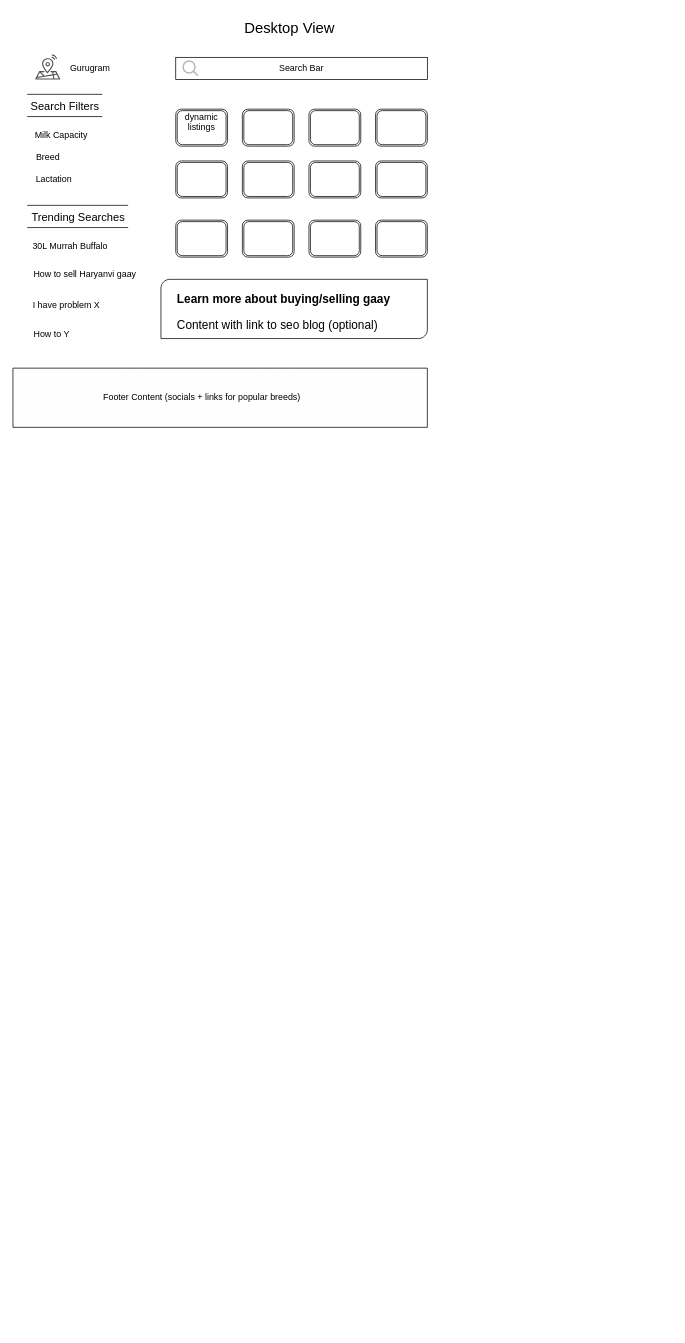
This is seo_search.drawio from souravendra/draw-io-casual, a draw.io file, before an edit. Source tidied: cells renumbered, new cells numbered last; positions are measured from the earlier drawing's top-left corner, leaving out a move shared by most shapes. Both pictures are drawn from the tidied source at 74%, with x=0, y=0 at pixel (13, 13).
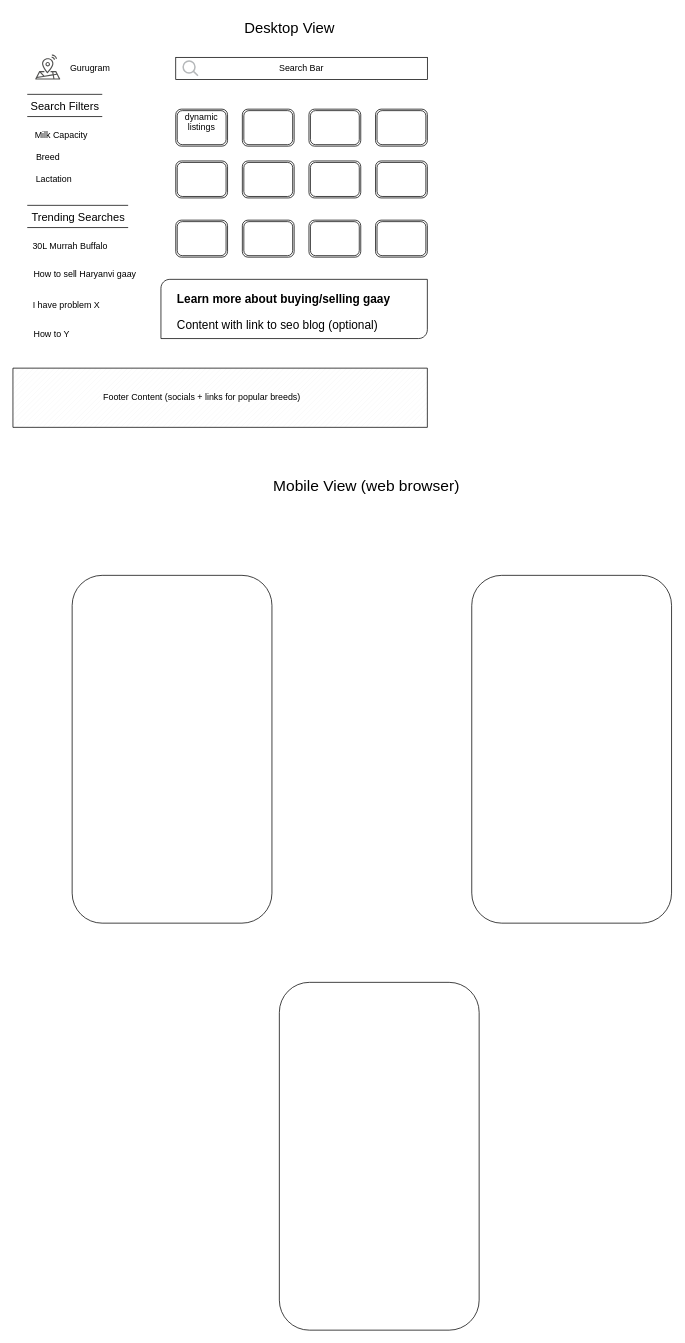
The same diagram, later.

What changed in the source:
```diff
@@
+    <mxCell id="34" value="&lt;span style=&quot;font-family: Arial; font-style: normal; text-align: right;&quot;&gt;&lt;font style=&quot;font-size: 21px;&quot;&gt;Mobile View (web browser)&lt;/font&gt;&lt;/span&gt;" style="text;whiteSpace=wrap;html=1;" parent="1" vertex="1">
+      <mxGeometry x="350" y="620" width="266" height="40" as="geometry" />
+    </mxCell>
+    <mxCell id="35" style="rounded=1;whiteSpace=wrap;html=1;direction=south;" parent="1" vertex="1">
+      <mxGeometry x="620" y="760" width="270" height="470" as="geometry" />
+    </mxCell>
+    <mxCell id="36" style="rounded=1;whiteSpace=wrap;html=1;direction=south;" parent="1" vertex="1">
+      <mxGeometry x="80" y="760" width="270" height="470" as="geometry" />
+    </mxCell>
+    <mxCell id="37" style="rounded=1;whiteSpace=wrap;html=1;direction=south;" parent="1" vertex="1">
+      <mxGeometry x="360" y="1310" width="270" height="470" as="geometry" />
+    </mxCell>
```
